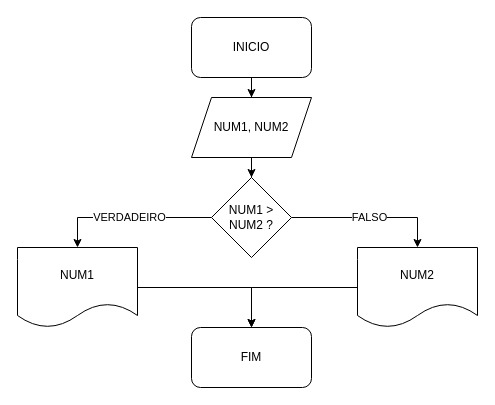
Earlier version of the draw.io diagram Untitled Diagram2.drawio (GutoLusilo/demo-repo). Source tidied: cells renumbered, new cells numbered last; positions are measured from the earlier drawing's top-left corner, leaving out a move shared by most shapes. Both pictures are drawn from the tidied source at 100%, with x=0, y=0 at pixel (17, 17).
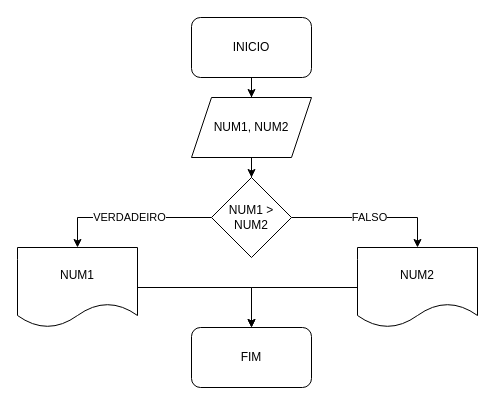
The same page after the edit.

Diff of the diagram source:
```diff
@@
 <mxGraphModel>
   <root>
     <mxCell id="0" />
     <mxCell id="1" parent="0" />
     <mxCell id="2" style="edgeStyle=orthogonalEdgeStyle;rounded=0;jettySize=auto;html=1;" parent="1" edge="1" source="3" target="5">
       <mxGeometry relative="1" as="geometry" />
     </mxCell>
     <mxCell id="3" value="INICIO" style="rounded=1;whiteSpace=wrap;html=1;" parent="1" vertex="1">
       <mxGeometry x="174" width="120" height="60" as="geometry" />
     </mxCell>
     <mxCell id="4" style="edgeStyle=orthogonalEdgeStyle;rounded=0;jettySize=auto;html=1;" parent="1" edge="1" source="5" target="8">
       <mxGeometry relative="1" as="geometry" />
     </mxCell>
     <mxCell id="5" value="NUM1, NUM2" style="shape=parallelogram;perimeter=parallelogramPerimeter;whiteSpace=wrap;html=1;fixedSize=1;" parent="1" vertex="1">
       <mxGeometry x="174" y="80" width="120" height="60" as="geometry" />
     </mxCell>
     <mxCell id="6" value="VERDADEIRO" style="edgeStyle=orthogonalEdgeStyle;rounded=0;jettySize=auto;html=1;exitX=0;exitY=0.5;exitDx=0;exitDy=0;entryX=0.5;entryY=0;entryDx=0;entryDy=0;" parent="1" edge="1" source="8" target="10">
       <mxGeometry relative="1" as="geometry" />
     </mxCell>
     <mxCell id="7" value="FALSO" style="edgeStyle=orthogonalEdgeStyle;rounded=0;jettySize=auto;html=1;exitX=1;exitY=0.5;exitDx=0;exitDy=0;entryX=0.5;entryY=0;entryDx=0;entryDy=0;" parent="1" edge="1" source="8" target="12">
       <mxGeometry relative="1" as="geometry" />
     </mxCell>
-    <mxCell id="8" value="NUM1 &amp;gt; NUM2 ?" style="rhombus;whiteSpace=wrap;html=1;" parent="1" vertex="1">
+    <mxCell id="8" value="NUM1 &amp;gt; NUM2" style="rhombus;whiteSpace=wrap;html=1;" parent="1" vertex="1">
       <mxGeometry x="194" y="160" width="80" height="80" as="geometry" />
     </mxCell>
     <mxCell id="9" style="edgeStyle=orthogonalEdgeStyle;rounded=0;jettySize=auto;html=1;exitX=1;exitY=0.5;exitDx=0;exitDy=0;entryX=0.5;entryY=0;entryDx=0;entryDy=0;" parent="1" edge="1" source="10" target="13">
       <mxGeometry relative="1" as="geometry" />
     </mxCell>
     <mxCell id="10" value="NUM1" style="shape=document;whiteSpace=wrap;html=1;boundedLbl=1;" parent="1" vertex="1">
       <mxGeometry y="230" width="120" height="80" as="geometry" />
     </mxCell>
     <mxCell id="11" style="edgeStyle=orthogonalEdgeStyle;rounded=0;jettySize=auto;html=1;entryX=0.5;entryY=0;entryDx=0;entryDy=0;" parent="1" edge="1" source="12" target="13">
       <mxGeometry relative="1" as="geometry" />
     </mxCell>
     <mxCell id="12" value="NUM2" style="shape=document;whiteSpace=wrap;html=1;boundedLbl=1;" parent="1" vertex="1">
       <mxGeometry x="340" y="230" width="120" height="80" as="geometry" />
     </mxCell>
     <mxCell id="13" value="FIM" style="rounded=1;whiteSpace=wrap;html=1;" parent="1" vertex="1">
       <mxGeometry x="174" y="310" width="120" height="60" as="geometry" />
     </mxCell>
   </root>
 </mxGraphModel>
```
